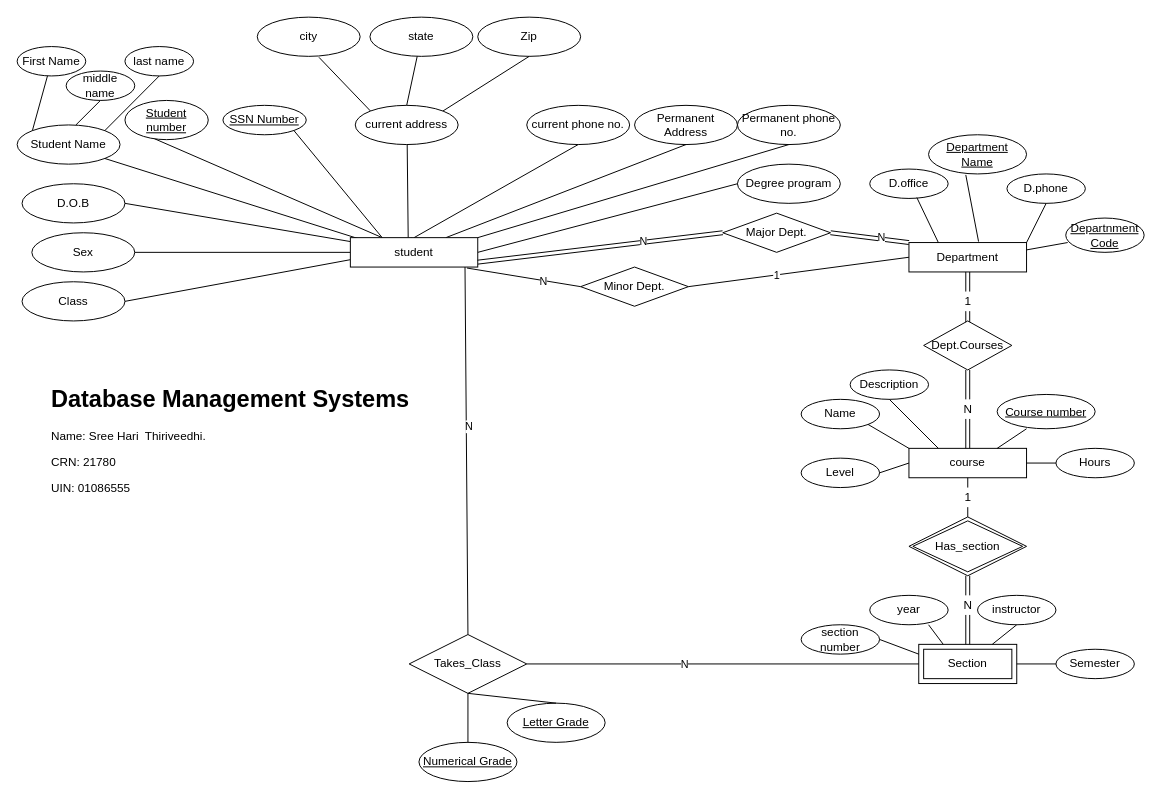
sreehari-odu/DatabaseManagement keeps this draw.io diagram as Untitled Diagram.drawio. Above is the earlier version. Source tidied: cells renumbered, new cells numbered last; positions are measured from the earlier drawing's top-left corner, leaving out a move shared by most shapes. Both pictures are drawn from the tidied source at 98%, with x=0, y=0 at pixel (17, 17).
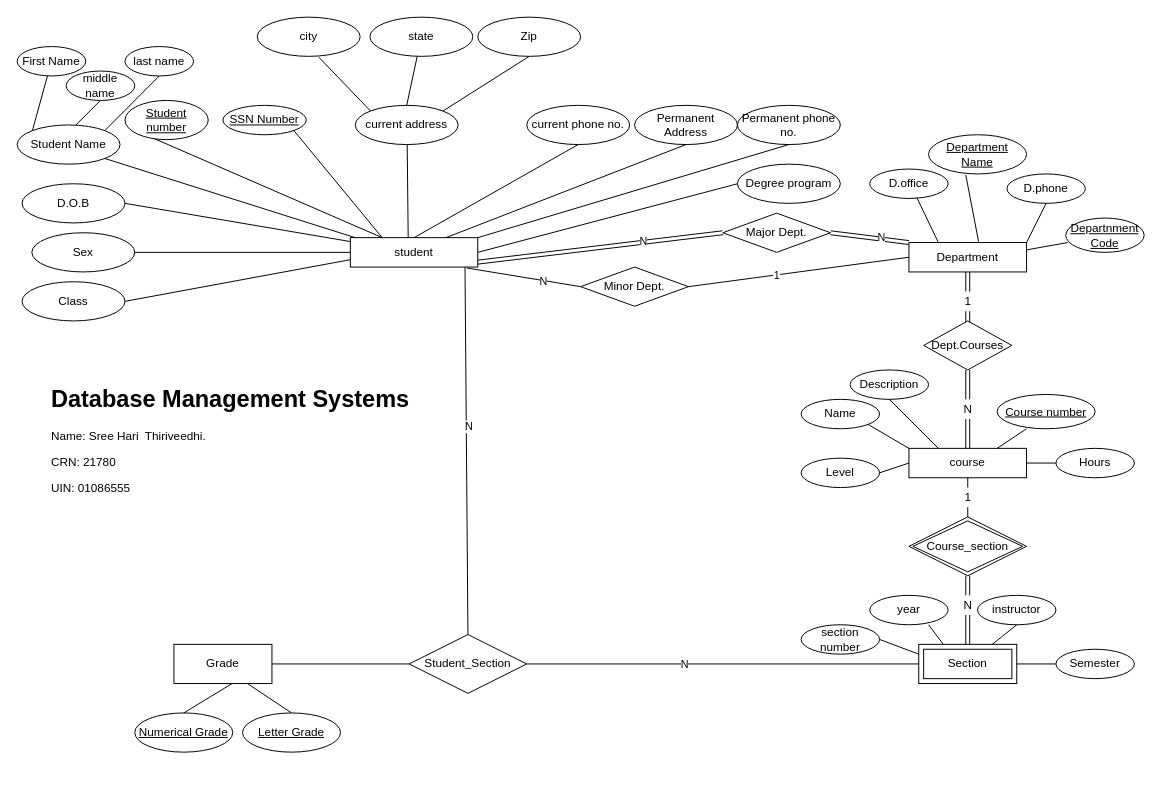
The same page after the edit.

Change to the diagram source:
```diff
@@
-    <mxCell id="53" value="Has_section" style="shape=rhombus;double=1;perimeter=rhombusPerimeter;whiteSpace=wrap;html=1;align=center;" parent="1" vertex="1">
+    <mxCell id="53" value="Course_section" style="shape=rhombus;double=1;perimeter=rhombusPerimeter;whiteSpace=wrap;html=1;align=center;" parent="1" vertex="1">
       <mxGeometry x="910" y="510" width="120" height="60" as="geometry" />
     </mxCell>
@@
-    <mxCell id="64" value="Takes_Class" style="shape=rhombus;perimeter=rhombusPerimeter;whiteSpace=wrap;html=1;align=center;" parent="1" vertex="1">
+    <mxCell id="64" value="Student_Section" style="shape=rhombus;perimeter=rhombusPerimeter;whiteSpace=wrap;html=1;align=center;" parent="1" vertex="1">
       <mxGeometry x="400" y="630" width="120" height="60" as="geometry" />
     </mxCell>
@@
     <mxCell id="75" value="Letter Grade" style="ellipse;whiteSpace=wrap;html=1;align=center;fontStyle=4;" parent="1" vertex="1">
-      <mxGeometry x="500" y="700" width="100" height="40" as="geometry" />
+      <mxGeometry x="230" y="710" width="100" height="40" as="geometry" />
     </mxCell>
     <mxCell id="76" value="Numerical Grade" style="ellipse;whiteSpace=wrap;html=1;align=center;fontStyle=4;" parent="1" vertex="1">
-      <mxGeometry x="410" y="740" width="100" height="40" as="geometry" />
+      <mxGeometry x="120" y="710" width="100" height="40" as="geometry" />
     </mxCell>
@@
-    <mxCell id="78" style="endArrow=none;html=1;rounded=0;exitX=0.5;exitY=1;exitDx=0;exitDy=0;entryX=0.5;entryY=0;entryDx=0;entryDy=0;" parent="1" edge="1" source="64" target="76">
+    <mxCell id="78" style="endArrow=none;html=1;rounded=0;exitX=0.61;exitY=0.975;exitDx=0;exitDy=0;entryX=0.5;entryY=0;entryDx=0;entryDy=0;exitPerimeter=0;" parent="1" edge="1" source="103" target="76">
       <mxGeometry relative="1" as="geometry" />
     </mxCell>
@@
-    <mxCell id="82" style="endArrow=none;html=1;rounded=0;exitX=0.5;exitY=1;exitDx=0;exitDy=0;entryX=0.5;entryY=0;entryDx=0;entryDy=0;" parent="1" edge="1" source="64" target="75">
+    <mxCell id="82" style="endArrow=none;html=1;rounded=0;exitX=0.75;exitY=1;exitDx=0;exitDy=0;entryX=0.5;entryY=0;entryDx=0;entryDy=0;" parent="1" edge="1" source="103" target="75">
       <mxGeometry relative="1" as="geometry" />
     </mxCell>
@@
+    <mxCell id="103" value="Grade" style="whiteSpace=wrap;html=1;align=center;" parent="1" vertex="1">
+      <mxGeometry x="160" y="640" width="100" height="40" as="geometry" />
+    </mxCell>
+    <mxCell id="104" style="endArrow=none;html=1;exitX=1;exitY=0.5;exitDx=0;exitDy=0;entryX=0;entryY=0.5;entryDx=0;entryDy=0;" parent="1" edge="1" source="103" target="64">
+      <mxGeometry relative="1" as="geometry" />
+    </mxCell>
```
